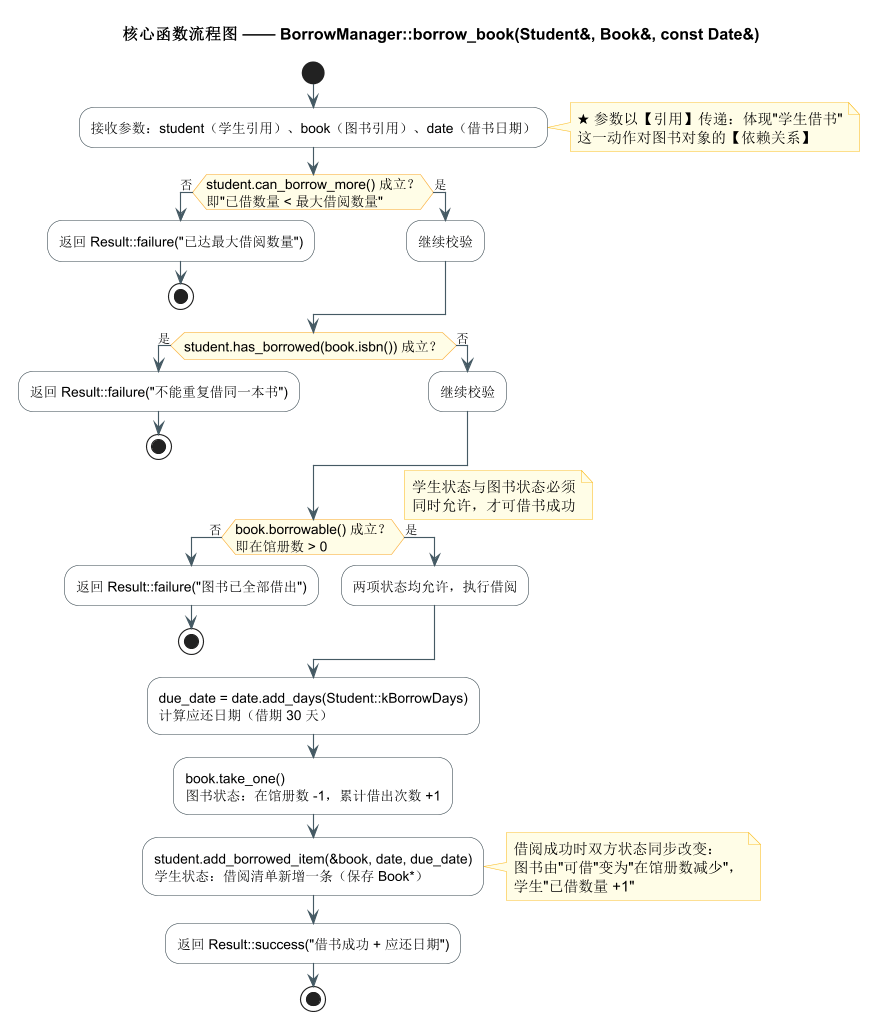
This is docs/uml/img/borrow-flowchart.png from caZengines/library-management-system, a PlantUML export, as it was before one commit.
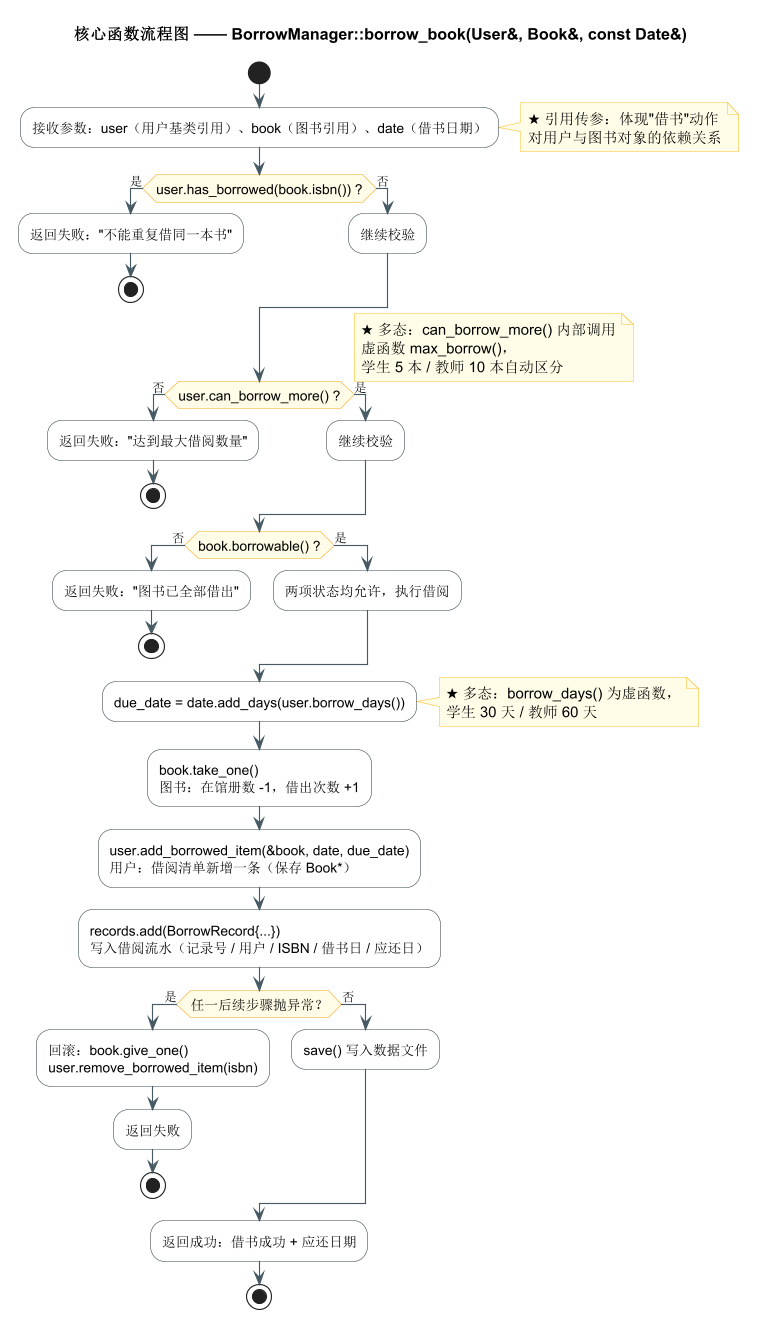
Above is the later version.

Diff of the diagram source:
```diff
@@ -1,4 +1,4 @@
-@startuml 学生借书-借书核心函数流程图
+@startuml 图书馆-借书核心函数流程图
 !pragma layout smetana
 skinparam dpi 110
 skinparam shadowing false
@@ -15,58 +15,68 @@
   BorderColor #FBC02D
 }
 
-title 核心函数流程图 —— BorrowManager::borrow_book(Student&, Book&, const Date&)
+title 核心函数流程图 —— BorrowManager::borrow_book(User&, Book&, const Date&)
 
 start
 
-:接收参数：student（学生引用）、book（图书引用）、date（借书日期）;
+:接收参数：user（用户基类引用）、book（图书引用）、date（借书日期）;
 note right
-  ★ 参数以【引用】传递：体现"学生借书"
-  这一动作对图书对象的【依赖关系】
+  ★ 引用传参：体现"借书"动作
+  对用户与图书对象的依赖关系
 end note
 
-if (student.can_borrow_more() 成立？\n即"已借数量 < 最大借阅数量") then (否)
-  :返回 Result::failure("已达最大借阅数量");
+if (user.has_borrowed(book.isbn()) ?) then (是)
+  :返回失败："不能重复借同一本书";
+  stop
+else (否)
+  :继续校验;
+endif
+
+if (user.can_borrow_more() ?) then (否)
+  :返回失败："达到最大借阅数量";
   stop
 else (是)
   :继续校验;
 endif
 
-if (student.has_borrowed(book.isbn()) 成立？) then (是)
-  :返回 Result::failure("不能重复借同一本书");
-  stop
-else (否)
-  :继续校验;
-endif
+note right
+  ★ 多态：can_borrow_more() 内部调用
+  虚函数 max_borrow()，
+  学生 5 本 / 教师 10 本自动区分
+end note
 
-if (book.borrowable() 成立？\n即在馆册数 > 0) then (否)
-  :返回 Result::failure("图书已全部借出");
+if (book.borrowable() ?) then (否)
+  :返回失败："图书已全部借出";
   stop
 else (是)
   :两项状态均允许，执行借阅;
 endif
 
+:due_date = date.add_days(user.borrow_days());
 note right
-  学生状态与图书状态必须
-  同时允许，才可借书成功
+  ★ 多态：borrow_days() 为虚函数，
+  学生 30 天 / 教师 60 天
 end note
 
-:due_date = date.add_days(Student::kBorrowDays)
-计算应还日期（借期 30 天）;
+:book.take_one()
+图书：在馆册数 -1，借出次数 +1;
 
-:book.take_one()
-图书状态：在馆册数 -1，累计借出次数 +1;
+:user.add_borrowed_item(&book, date, due_date)
+用户：借阅清单新增一条（保存 Book*）;
 
-:student.add_borrowed_item(&book, date, due_date)
-学生状态：借阅清单新增一条（保存 Book*）;
+:records.add(BorrowRecord{...})
+写入借阅流水（记录号 / 用户 / ISBN / 借书日 / 应还日）;
 
-note right
-  借阅成功时双方状态同步改变：
-  图书由"可借"变为"在馆册数减少"，
-  学生"已借数量 +1"
-end note
+if (任一后续步骤抛异常？) then (是)
+  :回滚：book.give_one()
+  user.remove_borrowed_item(isbn);
+  :返回失败;
+  stop
+else (否)
+  :save() 写入数据文件;
+endif
 
-:返回 Result::success("借书成功 + 应还日期");
+:返回成功：借书成功 + 应还日期;
 
 stop
 
```
